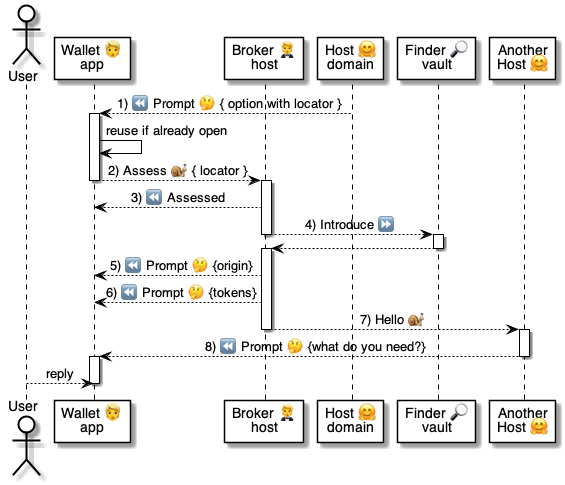
Before: 5 ⏩ Flows/90 🧑‍🦰👉 Wallets/15 👉🔆 Locators/.📎 Assets/⚙️🤔 Prompt option.png, a diagram exported from PlantUML (pollyweb-org/pollyweb-docs). Its source is kept beside it as 5 ⏩ Flows/90 🧑‍🦰👉 Wallets/15 👉🔆 Locators/.📎 Assets/⚙️🤔 Prompt option.puml. The source it was exported from:
```plantuml
@startuml 👉 Host NFC-QR check-in

actor User as user

  participant "Wallet 👱\napp" as wallet
  participant "Broker 🤵\nhost" as broker

participant "Host 🤗\ndomain" as host
participant "Finder 🔎\nvault" as finder
participant "Another\nHost 🤗" as host2


host --> wallet: 1) ⏪ Prompt 🤔 { option with locator }

activate wallet
    wallet -> wallet: reuse if already open
    wallet --> broker: 2) Assess 🐌 { locator }
deactivate wallet

activate broker


        broker --> wallet: 3) ⏪ Assessed


        broker --> finder: 4) Introduce ⏩
        deactivate broker
            activate finder
               finder --> broker
            deactivate finder
        activate broker


    broker --> wallet: 5) ⏪ Prompt 🤔 {origin}
    broker --> wallet: 6) ⏪ Prompt 🤔 {tokens}
    broker --> host2:  7) Hello 🐌
deactivate broker

activate host2
    host2 --> wallet: 8) ⏪ Prompt 🤔 {what do you need?}
deactivate host2

activate wallet
    user --> wallet: reply
deactivate wallet


@enduml
```
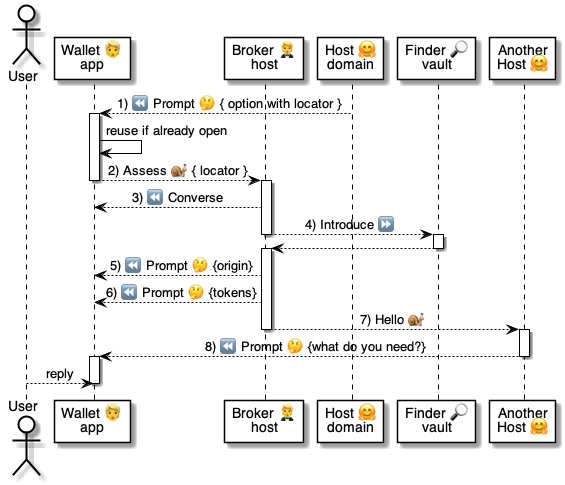
The same diagram one commit later.

Change to the diagram source:
```diff
@@ -20,7 +20,7 @@
 activate broker
 
 
-        broker --> wallet: 3) ⏪ Assessed
+        broker --> wallet: 3) ⏪ Converse
 
 
         broker --> finder: 4) Introduce ⏩
```
